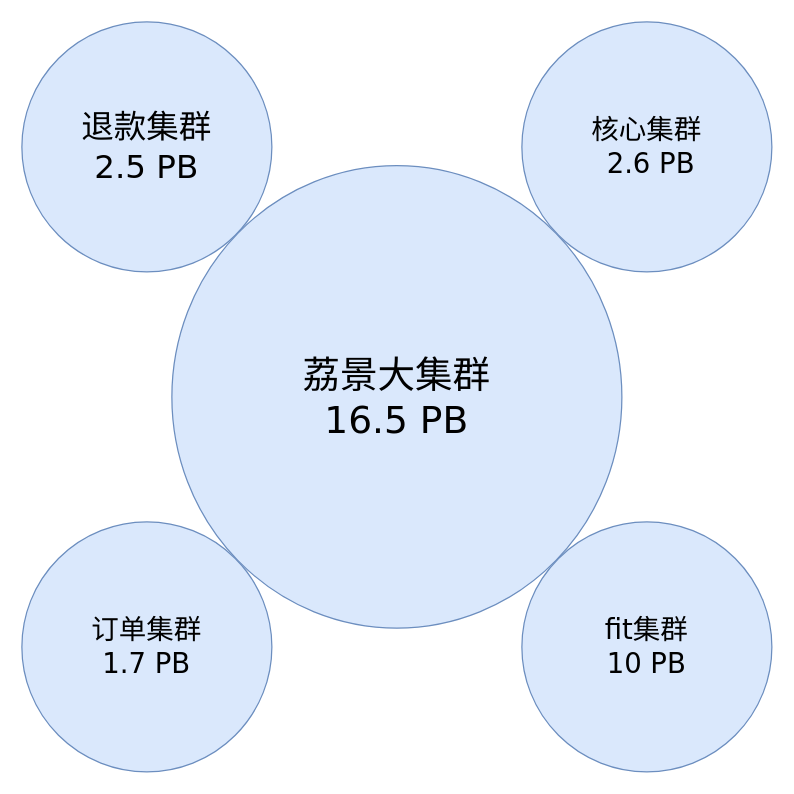
kimbalhuang/prometheus_hbase keeps this draw.io diagram as 集群拆分.drawio. Above is the earlier version. Source tidied: cells renumbered, new cells numbered last; positions are measured from the earlier drawing's top-left corner, leaving out a move shared by most shapes. Both pictures are drawn from the tidied source at 125%, with x=0, y=0 at pixel (21, 21).
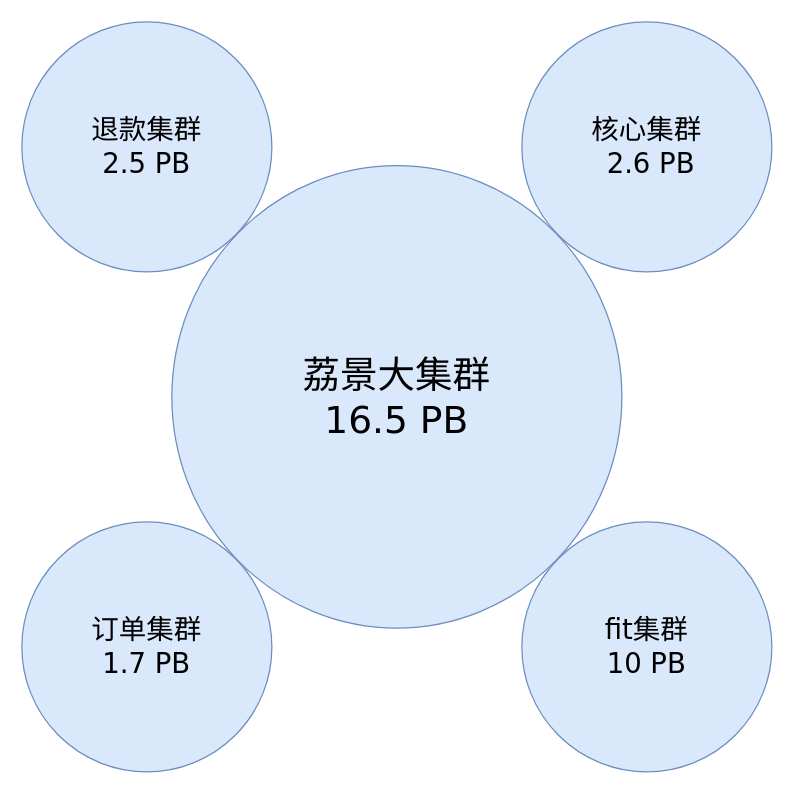
After the change.

Commit message:
更新集群拆分.drawio

What changed in the source:
```diff
@@
 <mxGraphModel>
   <root>
     <mxCell id="0" />
     <mxCell id="1" parent="0" />
     <mxCell id="2" style="group;" parent="1" vertex="1">
       <mxGeometry width="600" height="600" as="geometry" />
     </mxCell>
-    <mxCell id="3" value="&lt;font style=&quot;font-size: 26px&quot;&gt;退款集群&lt;br&gt;2.5 PB&lt;br&gt;&lt;/font&gt;" style="ellipse;whiteSpace=wrap;html=1;rounded=0;shadow=0;dashed=0;comic=0;fontFamily=Verdana;fontSize=22;fillColor=#dae8fc;strokeColor=#6c8ebf;" parent="2" vertex="1">
+    <mxCell id="3" value="&lt;font style=&quot;font-size: 22px&quot;&gt;退款集群&lt;br&gt;2.5 PB&lt;br&gt;&lt;/font&gt;" style="ellipse;whiteSpace=wrap;html=1;rounded=0;shadow=0;dashed=0;comic=0;fontFamily=Verdana;fontSize=22;fillColor=#dae8fc;strokeColor=#6c8ebf;" parent="2" vertex="1">
       <mxGeometry width="200" height="200" as="geometry" />
     </mxCell>
     <mxCell id="4" value="核心集群&lt;br&gt;&amp;nbsp;2.6 PB" style="ellipse;whiteSpace=wrap;html=1;rounded=0;shadow=0;dashed=0;comic=0;fontFamily=Verdana;fontSize=22;fillColor=#dae8fc;strokeColor=#6c8ebf;" parent="2" vertex="1">
       <mxGeometry x="400" width="200" height="200" as="geometry" />
     </mxCell>
     <mxCell id="5" value="fit集群&lt;br&gt;10 PB" style="ellipse;whiteSpace=wrap;html=1;rounded=0;shadow=0;dashed=0;comic=0;fontFamily=Verdana;fontSize=22;fillColor=#dae8fc;strokeColor=#6c8ebf;" parent="2" vertex="1">
       <mxGeometry x="400" y="400" width="200" height="200" as="geometry" />
     </mxCell>
     <mxCell id="6" value="订单集群&lt;br&gt;1.7 PB" style="ellipse;whiteSpace=wrap;html=1;rounded=0;shadow=0;dashed=0;comic=0;fontFamily=Verdana;fontSize=22;fillColor=#dae8fc;strokeColor=#6c8ebf;" parent="2" vertex="1">
       <mxGeometry y="400" width="200" height="200" as="geometry" />
     </mxCell>
     <mxCell id="7" value="&lt;span&gt;&lt;font style=&quot;font-size: 30px&quot;&gt;荔景大集群&lt;br&gt;16.5 PB&lt;br&gt;&lt;/font&gt;&lt;/span&gt;" style="ellipse;whiteSpace=wrap;html=1;rounded=0;shadow=0;dashed=0;comic=0;fontFamily=Verdana;fontSize=22;fillColor=#dae8fc;strokeColor=#6c8ebf;labelBorderColor=none;" parent="2" vertex="1">
       <mxGeometry x="120" y="115" width="360" height="370" as="geometry" />
     </mxCell>
   </root>
 </mxGraphModel>
```
